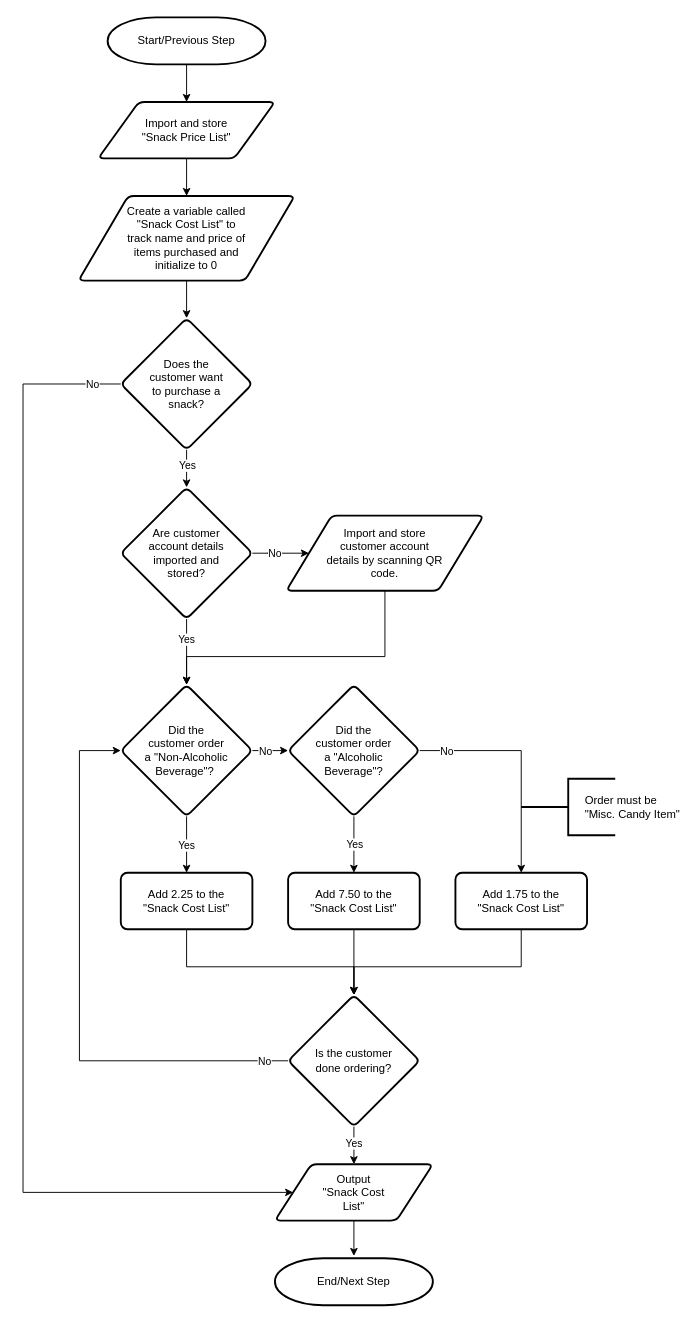
Earlier version of the draw.io diagram APS145NFF/W5/APS145_WS5_logic3_part4.drawio (lucanovello/Winter-2024). Source tidied: cells renumbered, new cells numbered last; positions are measured from the earlier drawing's top-left corner, leaving out a move shared by most shapes. Both pictures are drawn from the tidied source at 94%, with x=0, y=0 at pixel (23, 17).
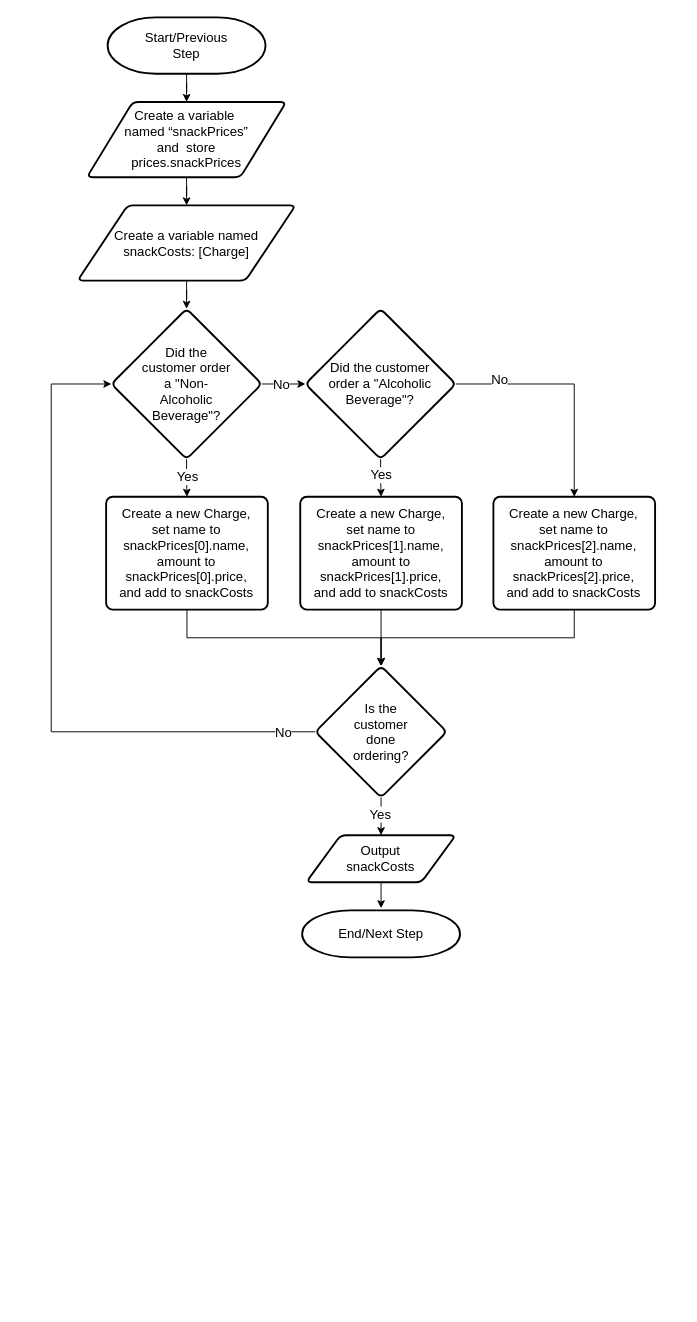
After the change.

Commit message (it also covers changes not shown here):
updated APS145NFF - WS5 flowcharts

Diff of the diagram source:
```diff
@@
-    <mxCell id="2" style="edgeStyle=orthogonalEdgeStyle;rounded=0;jettySize=auto;html=1;" parent="1" edge="1" source="3" target="26">
+    <mxCell id="2" style="edgeStyle=orthogonalEdgeStyle;rounded=0;jettySize=auto;html=1;fontSize=14;" parent="1" edge="1" source="3" target="26">
       <mxGeometry relative="1" as="geometry" />
     </mxCell>
-    <mxCell id="3" value="Start/Previous Step" style="strokeWidth=2;html=1;shape=mxgraph.flowchart.terminator;whiteSpace=wrap;spacing=20;spacingTop=5;spacingBottom=5;spacingLeft=5;spacingRight=5;" parent="1" vertex="1">
-      <mxGeometry x="90" width="168" height="50" as="geometry" />
+    <mxCell id="3" value="Start/Previous Step" style="strokeWidth=2;html=1;shape=mxgraph.flowchart.terminator;whiteSpace=wrap;spacing=20;spacingTop=5;spacingBottom=5;spacingLeft=5;spacingRight=5;fontSize=14;" parent="1" vertex="1">
+      <mxGeometry x="90" width="168" height="60" as="geometry" />
     </mxCell>
-    <mxCell id="4" style="edgeStyle=orthogonalEdgeStyle;rounded=0;jettySize=auto;html=1;entryX=0.5;entryY=0;entryDx=0;entryDy=0;" parent="1" edge="1" source="8" target="37">
-      <mxGeometry relative="1" as="geometry" />
-    </mxCell>
-    <mxCell id="5" value="Yes" style="edgeLabel;html=1;align=center;verticalAlign=middle;" parent="4" vertex="1">
-      <mxGeometry x="-0.38" y="-2" relative="1" as="geometry">
-        <mxPoint x="2" y="4" as="offset" />
-      </mxGeometry>
-    </mxCell>
-    <mxCell id="6" style="edgeStyle=orthogonalEdgeStyle;rounded=0;jettySize=auto;html=1;entryX=0;entryY=0.5;entryDx=0;entryDy=0;exitX=0;exitY=0.5;exitDx=0;exitDy=0;" parent="1" edge="1" source="8" target="22">
-      <mxGeometry relative="1" as="geometry">
-        <Array as="points">
-          <mxPoint y="390" />
-          <mxPoint y="1250" />
-        </Array>
-      </mxGeometry>
-    </mxCell>
-    <mxCell id="7" value="No" style="edgeLabel;html=1;align=center;verticalAlign=middle;" parent="6" vertex="1">
-      <mxGeometry x="-0.95" relative="1" as="geometry" />
-    </mxCell>
-    <mxCell id="8" value="&lt;p style=&quot;line-height: 120%;&quot;&gt;Does the customer want to purchase a snack?&lt;/p&gt;" style="rhombus;whiteSpace=wrap;html=1;strokeWidth=2;rounded=1;arcSize=12;verticalAlign=middle;horizontal=1;spacing=21;spacingBottom=5;spacingTop=5;spacingLeft=5;spacingRight=5;" parent="1" vertex="1">
-      <mxGeometry x="104" y="320" width="140" height="140" as="geometry" />
-    </mxCell>
-    <mxCell id="9" style="edgeStyle=orthogonalEdgeStyle;rounded=0;jettySize=auto;html=1;spacing=12;spacingTop=5;spacingBottom=5;spacingLeft=5;spacingRight=5;entryX=0.5;entryY=0;entryDx=0;entryDy=0;" parent="1" edge="1" source="13" target="24">
+    <mxCell id="9" style="edgeStyle=orthogonalEdgeStyle;rounded=0;jettySize=auto;html=1;spacing=12;spacingTop=5;spacingBottom=5;spacingLeft=5;spacingRight=5;entryX=0.5;entryY=0;entryDx=0;entryDy=0;fontSize=14;" parent="1" edge="1" source="13" target="45">
       <mxGeometry relative="1" as="geometry" />
     </mxCell>
-    <mxCell id="10" value="Yes" style="edgeLabel;html=1;align=center;verticalAlign=middle;spacing=12;spacingTop=5;spacingBottom=5;spacingLeft=5;spacingRight=5;" parent="9" vertex="1">
+    <mxCell id="10" value="Yes" style="edgeLabel;html=1;align=center;verticalAlign=middle;spacing=12;spacingTop=5;spacingBottom=5;spacingLeft=5;spacingRight=5;fontSize=14;" parent="9" vertex="1">
       <mxGeometry x="-0.16" y="1" relative="1" as="geometry">
-        <mxPoint x="-1" y="4" as="offset" />
+        <mxPoint x="-1" y="-1" as="offset" />
       </mxGeometry>
     </mxCell>
-    <mxCell id="11" style="edgeStyle=orthogonalEdgeStyle;rounded=0;jettySize=auto;html=1;spacing=12;spacingTop=5;spacingBottom=5;spacingLeft=5;spacingRight=5;entryX=0.5;entryY=0;entryDx=0;entryDy=0;" parent="1" edge="1" source="13" target="41">
-      <mxGeometry relative="1" as="geometry" />
+    <mxCell id="11" style="edgeStyle=orthogonalEdgeStyle;rounded=0;jettySize=auto;html=1;spacing=12;spacingTop=5;spacingBottom=5;spacingLeft=5;spacingRight=5;entryX=0.5;entryY=0;entryDx=0;entryDy=0;fontSize=14;" parent="1" edge="1" source="13" target="46">
+      <mxGeometry relative="1" as="geometry">
+        <Array as="points">
+          <mxPoint x="586" y="390" />
+        </Array>
+      </mxGeometry>
     </mxCell>
-    <mxCell id="12" value="No" style="edgeLabel;html=1;align=center;verticalAlign=middle;spacing=12;spacingTop=5;spacingBottom=5;spacingLeft=5;spacingRight=5;" parent="11" vertex="1">
+    <mxCell id="12" value="No" style="edgeLabel;html=1;align=center;verticalAlign=middle;spacing=12;spacingTop=5;spacingBottom=5;spacingLeft=5;spacingRight=5;fontSize=14;" parent="11" vertex="1">
       <mxGeometry x="0.07" relative="1" as="geometry">
-        <mxPoint x="-80" y="-19" as="offset" />
+        <mxPoint x="-80" y="-11" as="offset" />
       </mxGeometry>
     </mxCell>
-    <mxCell id="13" value="&lt;p style=&quot;line-height: 120%;&quot;&gt;Did the customer order a&amp;nbsp;&quot;Alcoholic Beverage&quot;?&lt;br&gt;&lt;/p&gt;" style="rhombus;whiteSpace=wrap;html=1;strokeWidth=2;rounded=1;arcSize=12;verticalAlign=middle;horizontal=1;spacing=21;spacingBottom=5;spacingTop=5;spacingLeft=5;spacingRight=5;" parent="1" vertex="1">
-      <mxGeometry x="282" y="710" width="140" height="140" as="geometry" />
+    <mxCell id="13" value="&lt;p style=&quot;line-height: 120%; font-size: 14px;&quot;&gt;Did the customer order a &quot;Alcoholic Beverage&quot;?&lt;br style=&quot;font-size: 14px;&quot;&gt;&lt;/p&gt;" style="rhombus;whiteSpace=wrap;html=1;strokeWidth=2;rounded=1;arcSize=12;verticalAlign=middle;horizontal=1;spacing=21;spacingBottom=5;spacingTop=5;spacingLeft=5;spacingRight=5;fontSize=14;" parent="1" vertex="1">
+      <mxGeometry x="300.4" y="310" width="160" height="160" as="geometry" />
     </mxCell>
-    <mxCell id="14" style="edgeStyle=orthogonalEdgeStyle;rounded=0;jettySize=auto;html=1;entryX=0;entryY=0.5;entryDx=0;entryDy=0;spacing=12;spacingTop=5;spacingBottom=5;spacingLeft=5;spacingRight=5;" parent="1" edge="1" source="18" target="13">
+    <mxCell id="14" style="edgeStyle=orthogonalEdgeStyle;rounded=0;jettySize=auto;html=1;entryX=0;entryY=0.5;entryDx=0;entryDy=0;spacing=12;spacingTop=5;spacingBottom=5;spacingLeft=5;spacingRight=5;fontSize=14;" parent="1" edge="1" source="18" target="13">
       <mxGeometry relative="1" as="geometry" />
     </mxCell>
-    <mxCell id="15" value="No" style="edgeLabel;html=1;align=center;verticalAlign=middle;spacing=12;spacingTop=5;spacingBottom=5;spacingLeft=5;spacingRight=5;" parent="14" vertex="1">
+    <mxCell id="15" value="No" style="edgeLabel;html=1;align=center;verticalAlign=middle;spacing=12;spacingTop=5;spacingBottom=5;spacingLeft=5;spacingRight=5;fontSize=14;" parent="14" vertex="1">
       <mxGeometry x="0.07" relative="1" as="geometry">
         <mxPoint x="-5" as="offset" />
       </mxGeometry>
     </mxCell>
-    <mxCell id="16" style="edgeStyle=orthogonalEdgeStyle;rounded=0;jettySize=auto;html=1;entryX=0.5;entryY=0;entryDx=0;entryDy=0;" parent="1" edge="1" source="18" target="43">
+    <mxCell id="16" style="edgeStyle=orthogonalEdgeStyle;rounded=0;jettySize=auto;html=1;entryX=0.5;entryY=0;entryDx=0;entryDy=0;fontSize=14;" parent="1" edge="1" source="18" target="43">
       <mxGeometry relative="1" as="geometry" />
     </mxCell>
-    <mxCell id="17" value="Yes" style="edgeLabel;html=1;align=center;verticalAlign=middle;" parent="16" vertex="1">
+    <mxCell id="17" value="Yes" style="edgeLabel;html=1;align=center;verticalAlign=middle;fontSize=14;" parent="16" vertex="1">
       <mxGeometry x="-0.83" y="-2" relative="1" as="geometry">
-        <mxPoint x="1" y="25" as="offset" />
+        <mxPoint x="2" y="15" as="offset" />
       </mxGeometry>
     </mxCell>
-    <mxCell id="18" value="&lt;p style=&quot;line-height: 120%;&quot;&gt;Did the customer order a&amp;nbsp;&quot;Non-Alcoholic Beverage&quot;?&amp;nbsp;&lt;/p&gt;" style="rhombus;whiteSpace=wrap;html=1;strokeWidth=2;rounded=1;arcSize=12;verticalAlign=middle;horizontal=1;spacing=21;spacingBottom=5;spacingTop=5;spacingLeft=5;spacingRight=5;" parent="1" vertex="1">
-      <mxGeometry x="104" y="710" width="140" height="140" as="geometry" />
+    <mxCell id="18" value="&lt;p style=&quot;line-height: 120%;&quot;&gt;Did the customer order a &quot;Non-Alcoholic Beverage&quot;?&lt;/p&gt;" style="rhombus;whiteSpace=wrap;html=1;strokeWidth=2;rounded=1;arcSize=12;verticalAlign=middle;horizontal=1;spacing=20;spacingBottom=0;spacingTop=0;spacingLeft=10;spacingRight=10;fontSize=14;" parent="1" vertex="1">
+      <mxGeometry x="94" y="310" width="160" height="160" as="geometry" />
     </mxCell>
-    <mxCell id="19" style="edgeStyle=orthogonalEdgeStyle;rounded=0;jettySize=auto;html=1;" parent="1" edge="1" source="20" target="8">
+    <mxCell id="19" style="edgeStyle=orthogonalEdgeStyle;rounded=0;jettySize=auto;html=1;fontSize=14;entryX=0.5;entryY=0;entryDx=0;entryDy=0;" parent="1" edge="1" source="20" target="18">
       <mxGeometry relative="1" as="geometry" />
     </mxCell>
-    <mxCell id="20" value="Create a variable called &quot;Snack Cost List&quot; to track name and price of items purchased and initialize to 0" style="shape=parallelogram;html=1;strokeWidth=2;perimeter=parallelogramPerimeter;whiteSpace=wrap;rounded=1;arcSize=12;size=0.23;spacing=20;spacingTop=30;spacingBottom=30;spacingLeft=30;spacingRight=30;" parent="1" vertex="1">
-      <mxGeometry x="59" y="190" width="230" height="90" as="geometry" />
+    <mxCell id="20" value="&lt;div style=&quot;font-size: 14px;&quot;&gt;Create a variable named &lt;br style=&quot;font-size: 14px;&quot;&gt;snackCosts: [Charge]&lt;/div&gt;" style="shape=parallelogram;html=1;strokeWidth=2;perimeter=parallelogramPerimeter;whiteSpace=wrap;rounded=1;arcSize=12;size=0.23;spacing=20;spacingTop=0;spacingBottom=0;spacingLeft=15;spacingRight=15;fontSize=14;" parent="1" vertex="1">
+      <mxGeometry x="58" y="200" width="232" height="80" as="geometry" />
     </mxCell>
-    <mxCell id="21" style="edgeStyle=orthogonalEdgeStyle;rounded=0;jettySize=auto;html=1;entryX=0.5;entryY=-0.047;entryDx=0;entryDy=0;entryPerimeter=0;" parent="1" edge="1" source="22" target="27">
+    <mxCell id="21" style="edgeStyle=orthogonalEdgeStyle;rounded=0;jettySize=auto;html=1;entryX=0.5;entryY=-0.047;entryDx=0;entryDy=0;entryPerimeter=0;fontSize=14;" parent="1" edge="1" source="22" target="27">
       <mxGeometry relative="1" as="geometry" />
     </mxCell>
-    <mxCell id="22" value="Output &quot;Snack Cost List&quot;" style="shape=parallelogram;html=1;strokeWidth=2;perimeter=parallelogramPerimeter;whiteSpace=wrap;rounded=1;arcSize=12;size=0.23;spacing=20;spacingTop=20;spacingBottom=20;spacingLeft=30;spacingRight=30;" parent="1" vertex="1">
-      <mxGeometry x="268" y="1220" width="168" height="60" as="geometry" />
+    <mxCell id="22" value="&lt;div&gt;Output snackCosts&lt;/div&gt;" style="shape=parallelogram;html=1;strokeWidth=2;perimeter=parallelogramPerimeter;whiteSpace=wrap;rounded=1;arcSize=12;size=0.23;spacing=20;spacingTop=20;spacingBottom=20;spacingLeft=30;spacingRight=30;fontSize=14;" parent="1" vertex="1">
+      <mxGeometry x="301.3" y="870" width="159.1" height="50" as="geometry" />
     </mxCell>
-    <mxCell id="23" style="edgeStyle=orthogonalEdgeStyle;rounded=0;jettySize=auto;html=1;" parent="1" edge="1" source="24" target="32">
+    <mxCell id="23" style="edgeStyle=orthogonalEdgeStyle;rounded=0;jettySize=auto;html=1;fontSize=14;exitX=0.5;exitY=1;exitDx=0;exitDy=0;" parent="1" edge="1" source="45" target="32">
       <mxGeometry relative="1" as="geometry" />
     </mxCell>
-    <mxCell id="24" value="Add 7.50 to the &quot;Snack Cost List&quot;" style="rounded=1;whiteSpace=wrap;html=1;absoluteArcSize=1;arcSize=14;strokeWidth=2;spacing=10;spacingTop=0;spacingBottom=0;spacingLeft=0;spacingRight=0;" parent="1" vertex="1">
-      <mxGeometry x="282" y="910" width="140" height="60" as="geometry" />
-    </mxCell>
-    <mxCell id="25" style="edgeStyle=orthogonalEdgeStyle;rounded=0;jettySize=auto;html=1;" parent="1" edge="1" source="26" target="20">
+    <mxCell id="25" style="edgeStyle=orthogonalEdgeStyle;rounded=0;jettySize=auto;html=1;fontSize=14;" parent="1" edge="1" source="26" target="20">
       <mxGeometry relative="1" as="geometry" />
     </mxCell>
-    <mxCell id="26" value="Import and store &quot;Snack Price List&quot;" style="shape=parallelogram;html=1;strokeWidth=2;perimeter=parallelogramPerimeter;whiteSpace=wrap;rounded=1;arcSize=12;size=0.23;spacing=20;spacingTop=20;spacingBottom=20;spacingLeft=20;spacingRight=20;" parent="1" vertex="1">
-      <mxGeometry x="80" y="90" width="188" height="60" as="geometry" />
+    <mxCell id="26" value="&lt;div style=&quot;font-size: 14px;&quot;&gt;Create a variable&amp;nbsp; named “snackPrices” and&amp;nbsp; store prices.snackPrices&lt;/div&gt;" style="shape=parallelogram;html=1;strokeWidth=2;perimeter=parallelogramPerimeter;whiteSpace=wrap;rounded=1;arcSize=12;size=0.23;spacing=10;spacingTop=0;spacingBottom=0;spacingLeft=20;spacingRight=20;fontSize=14;" parent="1" vertex="1">
+      <mxGeometry x="68" y="90" width="212" height="80" as="geometry" />
     </mxCell>
-    <mxCell id="27" value="End/Next Step" style="strokeWidth=2;html=1;shape=mxgraph.flowchart.terminator;whiteSpace=wrap;spacing=20;spacingTop=5;spacingBottom=5;spacingLeft=5;spacingRight=5;" parent="1" vertex="1">
-      <mxGeometry x="268" y="1320" width="168" height="50" as="geometry" />
+    <mxCell id="27" value="End/Next Step" style="strokeWidth=2;html=1;shape=mxgraph.flowchart.terminator;whiteSpace=wrap;spacing=20;spacingTop=5;spacingBottom=5;spacingLeft=5;spacingRight=5;fontSize=14;" parent="1" vertex="1">
+      <mxGeometry x="296.9" y="950" width="168" height="50" as="geometry" />
     </mxCell>
-    <mxCell id="28" style="edgeStyle=orthogonalEdgeStyle;rounded=0;jettySize=auto;html=1;" parent="1" edge="1" source="32" target="22">
+    <mxCell id="28" style="edgeStyle=orthogonalEdgeStyle;rounded=0;jettySize=auto;html=1;fontSize=14;" parent="1" edge="1" source="32" target="22">
       <mxGeometry relative="1" as="geometry" />
     </mxCell>
-    <mxCell id="29" value="Yes" style="edgeLabel;html=1;align=center;verticalAlign=middle;" parent="28" vertex="1">
+    <mxCell id="29" value="Yes" style="edgeLabel;html=1;align=center;verticalAlign=middle;fontSize=14;" parent="28" vertex="1">
       <mxGeometry x="-0.16" y="-1" relative="1" as="geometry" />
     </mxCell>
-    <mxCell id="30" style="edgeStyle=orthogonalEdgeStyle;rounded=0;jettySize=auto;html=1;entryX=0;entryY=0.5;entryDx=0;entryDy=0;exitX=0;exitY=0.5;exitDx=0;exitDy=0;" parent="1" edge="1" source="32" target="18">
+    <mxCell id="30" style="edgeStyle=orthogonalEdgeStyle;rounded=0;jettySize=auto;html=1;entryX=0;entryY=0.5;entryDx=0;entryDy=0;exitX=0;exitY=0.5;exitDx=0;exitDy=0;fontSize=14;" parent="1" edge="1" source="32" target="18">
       <mxGeometry relative="1" as="geometry">
         <Array as="points">
-          <mxPoint x="60" y="1110" />
-          <mxPoint x="60" y="780" />
+          <mxPoint x="30" y="760" />
+          <mxPoint x="30" y="390" />
         </Array>
       </mxGeometry>
     </mxCell>
-    <mxCell id="31" value="No" style="edgeLabel;html=1;align=center;verticalAlign=middle;" parent="30" vertex="1">
+    <mxCell id="31" value="No" style="edgeLabel;html=1;align=center;verticalAlign=middle;fontSize=14;" parent="30" vertex="1">
       <mxGeometry x="-0.9" y="1" relative="1" as="geometry">
-        <mxPoint x="4" y="-1" as="offset" />
+        <mxPoint x="2" y="-1" as="offset" />
       </mxGeometry>
     </mxCell>
-    <mxCell id="32" value="&lt;p style=&quot;line-height: 120%;&quot;&gt;Is the customer done ordering?&lt;br&gt;&lt;/p&gt;" style="rhombus;whiteSpace=wrap;html=1;strokeWidth=2;rounded=1;arcSize=12;verticalAlign=middle;horizontal=1;spacing=21;spacingBottom=5;spacingTop=5;spacingLeft=5;spacingRight=5;" parent="1" vertex="1">
-      <mxGeometry x="282" y="1040" width="140" height="140" as="geometry" />
+    <mxCell id="32" value="&lt;p style=&quot;line-height: 120%; font-size: 14px;&quot;&gt;Is the customer done ordering?&lt;br style=&quot;font-size: 14px;&quot;&gt;&lt;/p&gt;" style="rhombus;whiteSpace=wrap;html=1;strokeWidth=2;rounded=1;arcSize=12;verticalAlign=middle;horizontal=1;spacing=21;spacingBottom=5;spacingTop=5;spacingLeft=5;spacingRight=5;fontSize=14;" parent="1" vertex="1">
+      <mxGeometry x="310.9" y="690" width="140" height="140" as="geometry" />
     </mxCell>
-    <mxCell id="33" style="edgeStyle=orthogonalEdgeStyle;rounded=0;jettySize=auto;html=1;entryX=0.5;entryY=0;entryDx=0;entryDy=0;" parent="1" edge="1" source="37" target="18">
-      <mxGeometry relative="1" as="geometry" />
-    </mxCell>
-    <mxCell id="34" value="Yes" style="edgeLabel;html=1;align=center;verticalAlign=middle;" parent="33" vertex="1">
-      <mxGeometry x="-0.44" y="3" relative="1" as="geometry">
-        <mxPoint x="-4" y="1" as="offset" />
-      </mxGeometry>
-    </mxCell>
-    <mxCell id="35" style="edgeStyle=orthogonalEdgeStyle;rounded=0;jettySize=auto;html=1;" parent="1" edge="1" source="37" target="39">
-      <mxGeometry relative="1" as="geometry" />
-    </mxCell>
-    <mxCell id="36" value="No" style="edgeLabel;html=1;align=center;verticalAlign=middle;" parent="35" vertex="1">
-      <mxGeometry x="-0.14" y="2" relative="1" as="geometry">
-        <mxPoint x="2" y="2" as="offset" />
-      </mxGeometry>
-    </mxCell>
-    <mxCell id="37" value="&lt;p style=&quot;line-height: 120%;&quot;&gt;Are customer account details imported and stored?&lt;/p&gt;" style="rhombus;whiteSpace=wrap;html=1;strokeWidth=2;rounded=1;arcSize=12;verticalAlign=middle;horizontal=1;spacing=21;spacingBottom=5;spacingTop=5;spacingLeft=5;spacingRight=5;" parent="1" vertex="1">
-      <mxGeometry x="104" y="500" width="140" height="140" as="geometry" />
-    </mxCell>
-    <mxCell id="38" style="edgeStyle=orthogonalEdgeStyle;rounded=0;jettySize=auto;html=1;entryX=0.5;entryY=0;entryDx=0;entryDy=0;" parent="1" edge="1" source="39" target="18">
-      <mxGeometry relative="1" as="geometry">
-        <Array as="points">
-          <mxPoint x="385" y="680" />
-          <mxPoint x="174" y="680" />
-        </Array>
-      </mxGeometry>
-    </mxCell>
-    <mxCell id="39" value="Import and store customer account details by scanning QR code." style="shape=parallelogram;html=1;strokeWidth=2;perimeter=parallelogramPerimeter;whiteSpace=wrap;rounded=1;arcSize=12;size=0.23;spacing=20;spacingTop=20;spacingBottom=20;spacingLeft=20;spacingRight=20;" parent="1" vertex="1">
-      <mxGeometry x="280" y="530" width="210" height="80" as="geometry" />
-    </mxCell>
-    <mxCell id="40" style="edgeStyle=orthogonalEdgeStyle;rounded=0;jettySize=auto;html=1;entryX=0.5;entryY=0;entryDx=0;entryDy=0;exitX=0.5;exitY=1;exitDx=0;exitDy=0;" parent="1" edge="1" source="41" target="32">
+    <mxCell id="40" style="edgeStyle=orthogonalEdgeStyle;rounded=0;jettySize=auto;html=1;entryX=0.5;entryY=0;entryDx=0;entryDy=0;fontSize=14;exitX=0.5;exitY=1;exitDx=0;exitDy=0;" parent="1" edge="1" source="46" target="32">
       <mxGeometry relative="1" as="geometry">
         <Array as="points">
-          <mxPoint x="530" y="1010" />
-          <mxPoint x="352" y="1010" />
+          <mxPoint x="586.4" y="660" />
+          <mxPoint x="380.4" y="660" />
         </Array>
       </mxGeometry>
     </mxCell>
-    <mxCell id="41" value="Add 1.75 to the &quot;Snack Cost List&quot;" style="rounded=1;whiteSpace=wrap;html=1;absoluteArcSize=1;arcSize=14;strokeWidth=2;spacing=10;spacingTop=0;spacingBottom=0;spacingLeft=0;spacingRight=0;" parent="1" vertex="1">
-      <mxGeometry x="460" y="910" width="140" height="60" as="geometry" />
-    </mxCell>
-    <mxCell id="42" style="edgeStyle=orthogonalEdgeStyle;rounded=0;jettySize=auto;html=1;entryX=0.5;entryY=0;entryDx=0;entryDy=0;" parent="1" edge="1" source="43" target="32">
+    <mxCell id="42" style="edgeStyle=orthogonalEdgeStyle;rounded=0;jettySize=auto;html=1;entryX=0.5;entryY=0;entryDx=0;entryDy=0;fontSize=14;" parent="1" edge="1" source="43" target="32">
       <mxGeometry relative="1" as="geometry">
         <Array as="points">
-          <mxPoint x="174" y="1010" />
-          <mxPoint x="352" y="1010" />
+          <mxPoint x="174.4" y="660" />
+          <mxPoint x="380.4" y="660" />
         </Array>
       </mxGeometry>
     </mxCell>
-    <mxCell id="43" value="Add 2.25 to the &quot;Snack Cost List&quot;" style="rounded=1;whiteSpace=wrap;html=1;absoluteArcSize=1;arcSize=14;strokeWidth=2;spacing=10;spacingTop=0;spacingBottom=0;spacingLeft=0;spacingRight=0;" parent="1" vertex="1">
-      <mxGeometry x="104" y="910" width="140" height="60" as="geometry" />
+    <mxCell id="43" value="Create a new Charge, set name to snackPrices[0].name, amount to snackPrices[0].price, and add to snackCosts" style="rounded=1;whiteSpace=wrap;html=1;absoluteArcSize=1;arcSize=14;strokeWidth=2;spacing=10;spacingTop=0;spacingBottom=0;spacingLeft=0;spacingRight=0;fontSize=14;" parent="1" vertex="1">
+      <mxGeometry x="88.4" y="510" width="172" height="120" as="geometry" />
     </mxCell>
-    <mxCell id="44" value="Order must be &quot;Misc. Candy Item&quot;" style="strokeWidth=2;shape=mxgraph.flowchart.annotation_2;align=left;labelPosition=right;spacingRight=0;spacing=0;verticalLabelPosition=middle;verticalAlign=middle;spacingLeft=-32;fixedWidth=0;movableLabel=1;labelPadding=0;overflow=visible;perimeterSpacing=0;whiteSpace=wrap;html=1;spacingTop=0;spacingBottom=0;" parent="1" vertex="1">
-      <mxGeometry x="530" y="810" width="100" height="60" as="geometry" />
-    </mxCell>
+    <mxCell id="45" value="Create a new Charge, set name to snackPrices[1].name, amount to snackPrices[1].price, and add to snackCosts" style="rounded=1;whiteSpace=wrap;html=1;absoluteArcSize=1;arcSize=14;strokeWidth=2;spacing=10;spacingTop=0;spacingBottom=0;spacingLeft=0;spacingRight=0;fontSize=14;" parent="1" vertex="1">
+      <mxGeometry x="294.9" y="510" width="172" height="120" as="geometry" />
+    </mxCell>
+    <mxCell id="46" value="Create a new Charge, set name to snackPrices[2].name, amount to snackPrices[2].price, and add to snackCosts" style="rounded=1;whiteSpace=wrap;html=1;absoluteArcSize=1;arcSize=14;strokeWidth=2;spacing=10;spacingTop=0;spacingBottom=0;spacingLeft=0;spacingRight=0;fontSize=14;" parent="1" vertex="1">
+      <mxGeometry x="500.4" y="510" width="172" height="120" as="geometry" />
+    </mxCell>
```
